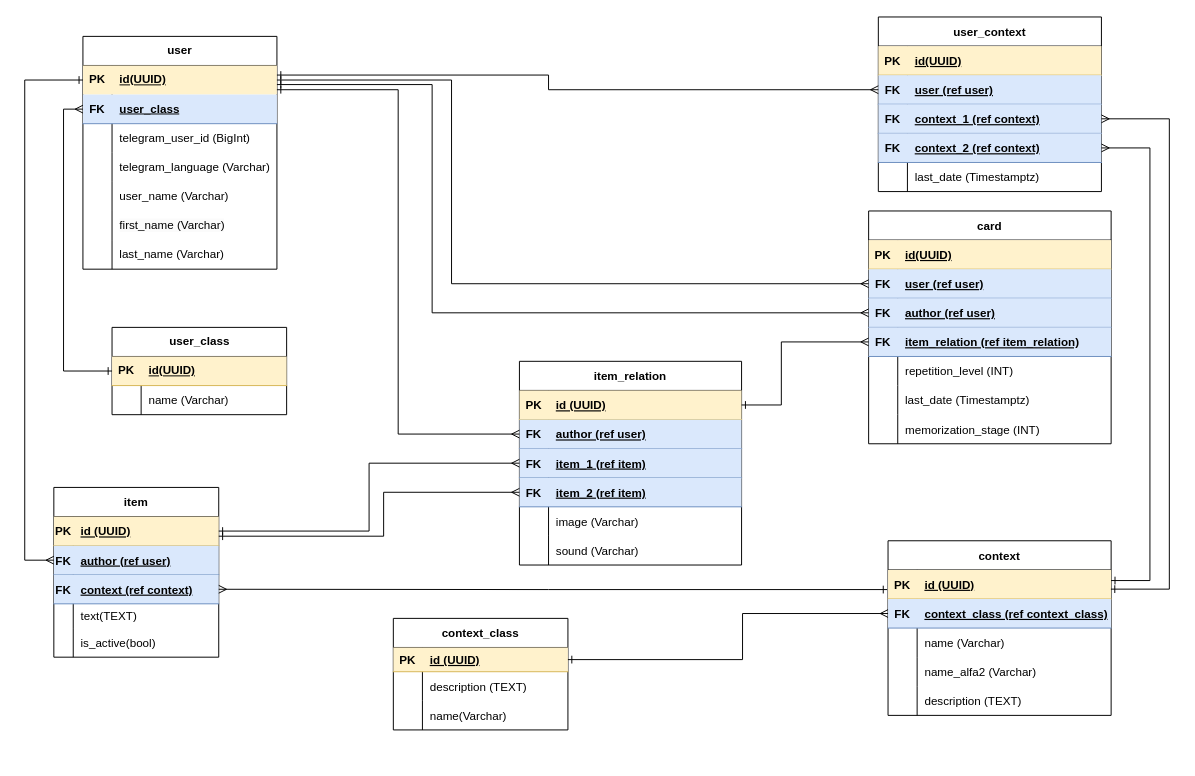
The draw.io diagram doc/db_structure.drawio in essayNEXT/REPETITOR, before the edit. Source tidied: cells renumbered, new cells numbered last; positions are measured from the earlier drawing's top-left corner, leaving out a move shared by most shapes. Both pictures are drawn from the tidied source at 97%, with x=0, y=0 at pixel (24, 16).
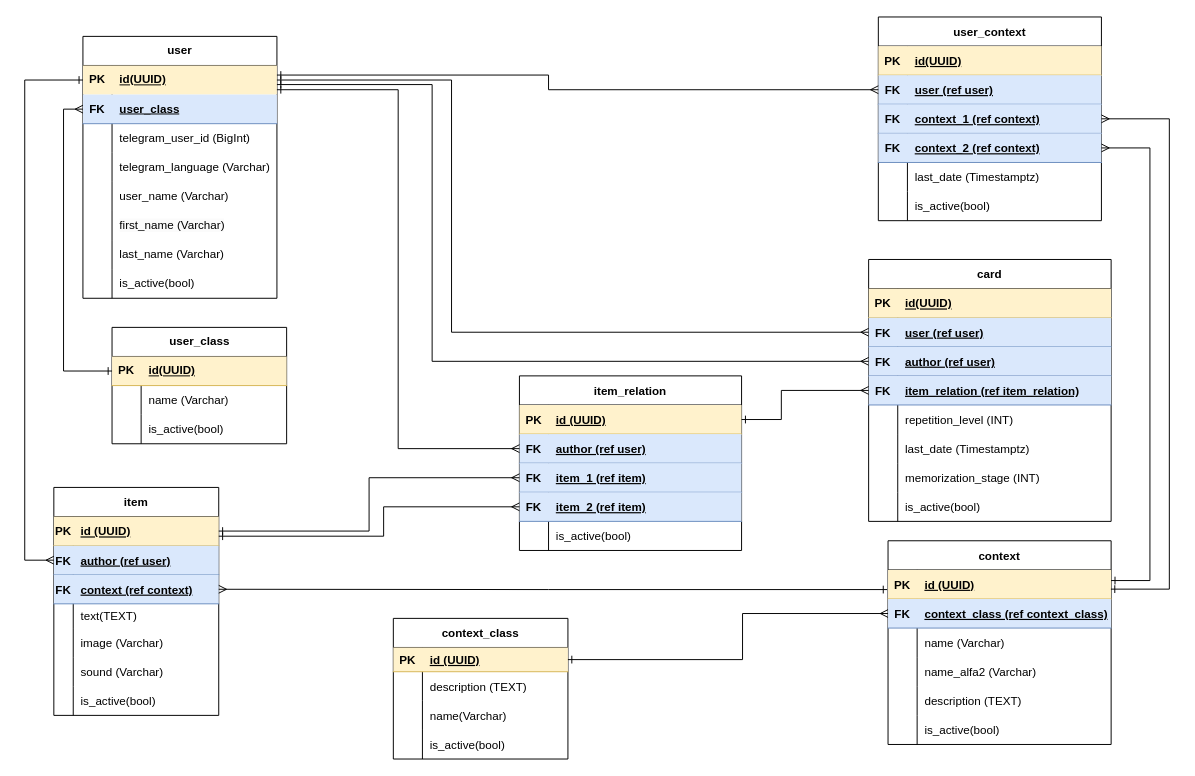
After the change.

Unchanged cells that the change refers to:
```xml
<mxCell id="45" style="shape=tableRow;horizontal=0;startSize=0;swimlaneHead=0;swimlaneBody=0;fillColor=none;top=0;left=0;right=0;bottom=0;" parent="32" vertex="1">
  <mxGeometry y="145" width="170" height="30" as="geometry" />
</mxCell>
<mxCell id="61" style="shape=tableRow;horizontal=0;startSize=0;swimlaneHead=0;swimlaneBody=0;fillColor=none;top=0;left=0;right=0;bottom=0;" parent="48" vertex="1">
  <mxGeometry y="150" width="229" height="30" as="geometry" />
</mxCell>
```

Change to the diagram source:
```diff
@@
     <mxCell id="2" value="user" style="shape=table;startSize=30;childLayout=tableLayout;rowLines=0;fontStyle=1;align=center;html=1;whiteSpace=wrap;" parent="1" vertex="1">
-      <mxGeometry x="60" y="20" width="200" height="240" as="geometry" />
+      <mxGeometry x="60" y="20" width="200" height="270" as="geometry" />
     </mxCell>
@@
+    <mxCell id="143" style="shape=tableRow;horizontal=0;startSize=0;swimlaneHead=0;swimlaneBody=0;fillColor=none;top=0;left=0;right=0;bottom=0;html=1;" parent="2" vertex="1">
+      <mxGeometry y="240" width="200" height="30" as="geometry" />
+    </mxCell>
+    <mxCell id="144" style="shape=partialRectangle;fillColor=none;top=0;left=0;bottom=0;right=0;overflow=hidden;html=1;whiteSpace=wrap;" parent="143" vertex="1">
+      <mxGeometry width="30" height="30" as="geometry" />
+    </mxCell>
+    <mxCell id="145" value="is_active(bool)" style="shape=partialRectangle;fillColor=none;top=0;left=0;bottom=0;right=0;align=left;spacingLeft=6;overflow=hidden;html=1;whiteSpace=wrap;" parent="143" vertex="1">
+      <mxGeometry x="30" width="170" height="30" as="geometry" />
+    </mxCell>
     <mxCell id="24" value="user_class" style="shape=table;startSize=30;childLayout=tableLayout;rowLines=0;fontStyle=1;align=center;html=1;" parent="1" vertex="1">
-      <mxGeometry x="90" y="320" width="180" height="90" as="geometry" />
+      <mxGeometry x="90" y="320" width="180" height="120" as="geometry" />
     </mxCell>
@@
+    <mxCell id="146" style="shape=tableRow;horizontal=0;startSize=0;swimlaneHead=0;swimlaneBody=0;fillColor=none;top=0;left=0;right=0;bottom=0;" parent="24" vertex="1">
+      <mxGeometry y="90" width="180" height="30" as="geometry" />
+    </mxCell>
+    <mxCell id="147" style="shape=partialRectangle;fillColor=none;top=0;left=0;bottom=0;right=0;overflow=hidden;whiteSpace=wrap;html=1;" parent="146" vertex="1">
+      <mxGeometry width="30" height="30" as="geometry" />
+    </mxCell>
+    <mxCell id="148" value="is_active(bool)" style="shape=partialRectangle;fillColor=none;top=0;left=0;bottom=0;right=0;align=left;spacingLeft=6;overflow=hidden;whiteSpace=wrap;html=1;" parent="146" vertex="1">
+      <mxGeometry x="30" width="150" height="30" as="geometry" />
+    </mxCell>
@@
     <mxCell id="32" value="item" style="shape=table;startSize=30;childLayout=tableLayout;rowLines=0;fontStyle=1;align=center;" parent="1" vertex="1">
-      <mxGeometry x="30" y="485" width="170" height="175" as="geometry" />
+      <mxGeometry x="30" y="485" width="170" height="235" as="geometry" />
     </mxCell>
@@
-    <mxCell id="47" value="is_active(bool)" style="shape=partialRectangle;fillColor=none;top=0;left=0;bottom=0;right=0;align=left;spacingLeft=6;overflow=hidden;" parent="45" vertex="1">
+    <mxCell id="47" value="image (Varchar)" style="shape=partialRectangle;fillColor=none;top=0;left=0;bottom=0;right=0;align=left;spacingLeft=6;overflow=hidden;" parent="45" vertex="1">
       <mxGeometry x="20" width="150" height="30" as="geometry" />
     </mxCell>
+    <mxCell id="149" style="shape=tableRow;horizontal=0;startSize=0;swimlaneHead=0;swimlaneBody=0;fillColor=none;top=0;left=0;right=0;bottom=0;" parent="32" vertex="1">
+      <mxGeometry y="175" width="170" height="30" as="geometry" />
+    </mxCell>
+    <mxCell id="150" style="shape=partialRectangle;fillColor=none;top=0;left=0;bottom=0;right=0;overflow=hidden;" parent="149" vertex="1">
+      <mxGeometry width="20" height="30" as="geometry" />
+    </mxCell>
+    <mxCell id="66" value="sound (Varchar)" style="shape=partialRectangle;fillColor=none;top=0;left=0;bottom=0;right=0;align=left;spacingLeft=6;overflow=hidden;" parent="149" vertex="1">
+      <mxGeometry x="20" width="150" height="30" as="geometry" />
+    </mxCell>
+    <mxCell id="151" style="shape=tableRow;horizontal=0;startSize=0;swimlaneHead=0;swimlaneBody=0;fillColor=none;top=0;left=0;right=0;bottom=0;" parent="32" vertex="1">
+      <mxGeometry y="205" width="170" height="30" as="geometry" />
+    </mxCell>
+    <mxCell id="152" style="shape=partialRectangle;fillColor=none;top=0;left=0;bottom=0;right=0;overflow=hidden;" parent="151" vertex="1">
+      <mxGeometry width="20" height="30" as="geometry" />
+    </mxCell>
+    <mxCell id="153" value="is_active(bool)" style="shape=partialRectangle;fillColor=none;top=0;left=0;bottom=0;right=0;align=left;spacingLeft=6;overflow=hidden;" parent="151" vertex="1">
+      <mxGeometry x="20" width="150" height="30" as="geometry" />
+    </mxCell>
     <mxCell id="48" value="item_relation" style="shape=table;startSize=30;childLayout=tableLayout;rowLines=0;fontStyle=1;align=center;" parent="1" vertex="1">
-      <mxGeometry x="510" y="355" width="229" height="210" as="geometry" />
+      <mxGeometry x="510" y="370" width="229" height="180" as="geometry" />
     </mxCell>
@@
-    <mxCell id="63" value="image (Varchar)" style="shape=partialRectangle;fillColor=none;top=0;left=0;bottom=0;right=0;align=left;spacingLeft=6;overflow=hidden;noLabel=0;" parent="61" vertex="1">
+    <mxCell id="63" value="is_active(bool)" style="shape=partialRectangle;fillColor=none;top=0;left=0;bottom=0;right=0;align=left;spacingLeft=6;overflow=hidden;noLabel=0;" parent="61" vertex="1">
       <mxGeometry x="30" width="199" height="30" as="geometry" />
     </mxCell>
-    <mxCell id="64" style="shape=tableRow;horizontal=0;startSize=0;swimlaneHead=0;swimlaneBody=0;fillColor=none;top=0;left=0;right=0;bottom=0;" parent="48" vertex="1">
-      <mxGeometry y="180" width="229" height="30" as="geometry" />
-    </mxCell>
-    <mxCell id="65" style="shape=partialRectangle;fillColor=none;top=0;left=0;bottom=0;right=0;overflow=hidden;" parent="64" vertex="1">
-      <mxGeometry width="30" height="30" as="geometry" />
-    </mxCell>
-    <mxCell id="66" value="sound (Varchar)" style="shape=partialRectangle;fillColor=none;top=0;left=0;bottom=0;right=0;align=left;spacingLeft=6;overflow=hidden;noLabel=0;" parent="64" vertex="1">
-      <mxGeometry x="30" width="199" height="30" as="geometry" />
-    </mxCell>
     <mxCell id="67" value="card" style="shape=table;startSize=30;childLayout=tableLayout;rowLines=0;fontStyle=1;align=center;" parent="1" vertex="1">
-      <mxGeometry x="870" y="200" width="250" height="240" as="geometry" />
+      <mxGeometry x="870" y="250" width="250" height="270" as="geometry" />
     </mxCell>
@@
+    <mxCell id="154" style="shape=tableRow;horizontal=0;startSize=0;swimlaneHead=0;swimlaneBody=0;fillColor=none;top=0;left=0;right=0;bottom=0;" parent="67" vertex="1">
+      <mxGeometry y="240" width="250" height="30" as="geometry" />
+    </mxCell>
+    <mxCell id="155" style="shape=partialRectangle;fillColor=none;top=0;left=0;bottom=0;right=0;overflow=hidden;" parent="154" vertex="1">
+      <mxGeometry width="30" height="30" as="geometry" />
+    </mxCell>
+    <mxCell id="156" value="is_active(bool)" style="shape=partialRectangle;fillColor=none;top=0;left=0;bottom=0;right=0;align=left;spacingLeft=6;overflow=hidden;" parent="154" vertex="1">
+      <mxGeometry x="30" width="220" height="30" as="geometry" />
+    </mxCell>
     <mxCell id="89" value="user_context" style="shape=table;startSize=30;childLayout=tableLayout;rowLines=0;fontStyle=1;align=center;" parent="1" vertex="1">
-      <mxGeometry x="880" width="230" height="180" as="geometry" />
+      <mxGeometry x="880" width="230" height="210" as="geometry" />
     </mxCell>
@@
+    <mxCell id="157" style="shape=tableRow;horizontal=0;startSize=0;swimlaneHead=0;swimlaneBody=0;fillColor=none;top=0;left=0;right=0;bottom=0;" parent="89" vertex="1">
+      <mxGeometry y="180" width="230" height="30" as="geometry" />
+    </mxCell>
+    <mxCell id="158" style="shape=partialRectangle;fillColor=none;top=0;left=0;bottom=0;right=0;overflow=hidden;" parent="157" vertex="1">
+      <mxGeometry width="30" height="30" as="geometry" />
+    </mxCell>
+    <mxCell id="159" value="is_active(bool)" style="shape=partialRectangle;fillColor=none;top=0;left=0;bottom=0;right=0;align=left;spacingLeft=6;overflow=hidden;" parent="157" vertex="1">
+      <mxGeometry x="30" width="200" height="30" as="geometry" />
+    </mxCell>
     <mxCell id="105" value="context" style="shape=table;startSize=30;childLayout=tableLayout;rowLines=0;fontStyle=1;align=center;" parent="1" vertex="1">
-      <mxGeometry x="890" y="540" width="230" height="180" as="geometry" />
+      <mxGeometry x="890" y="540" width="230" height="210" as="geometry" />
     </mxCell>
@@
+    <mxCell id="160" style="shape=tableRow;horizontal=0;startSize=0;swimlaneHead=0;swimlaneBody=0;fillColor=none;top=0;left=0;right=0;bottom=0;" parent="105" vertex="1">
+      <mxGeometry y="180" width="230" height="30" as="geometry" />
+    </mxCell>
+    <mxCell id="161" style="shape=partialRectangle;fillColor=none;top=0;left=0;bottom=0;right=0;overflow=hidden;" parent="160" vertex="1">
+      <mxGeometry width="30" height="30" as="geometry" />
+    </mxCell>
+    <mxCell id="162" value="is_active(bool)" style="shape=partialRectangle;fillColor=none;top=0;left=0;bottom=0;right=0;align=left;spacingLeft=6;overflow=hidden;" parent="160" vertex="1">
+      <mxGeometry x="30" width="200" height="30" as="geometry" />
+    </mxCell>
     <mxCell id="121" value="context_class" style="shape=table;startSize=30;childLayout=tableLayout;rowLines=0;fontStyle=1;align=center;rounded=0;" parent="1" vertex="1">
-      <mxGeometry x="380" y="620" width="180" height="115" as="geometry" />
+      <mxGeometry x="380" y="620" width="180" height="145" as="geometry" />
     </mxCell>
@@
+    <mxCell id="163" style="shape=tableRow;horizontal=0;startSize=0;swimlaneHead=0;swimlaneBody=0;fillColor=none;top=0;left=0;right=0;bottom=0;" parent="121" vertex="1">
+      <mxGeometry y="115" width="180" height="30" as="geometry" />
+    </mxCell>
+    <mxCell id="164" style="shape=partialRectangle;fillColor=none;top=0;left=0;bottom=0;right=0;overflow=hidden;" parent="163" vertex="1">
+      <mxGeometry width="30" height="30" as="geometry" />
+    </mxCell>
+    <mxCell id="165" value="is_active(bool)" style="shape=partialRectangle;fillColor=none;top=0;left=0;bottom=0;right=0;align=left;spacingLeft=6;overflow=hidden;" parent="163" vertex="1">
+      <mxGeometry x="30" width="150" height="30" as="geometry" />
+    </mxCell>
```
